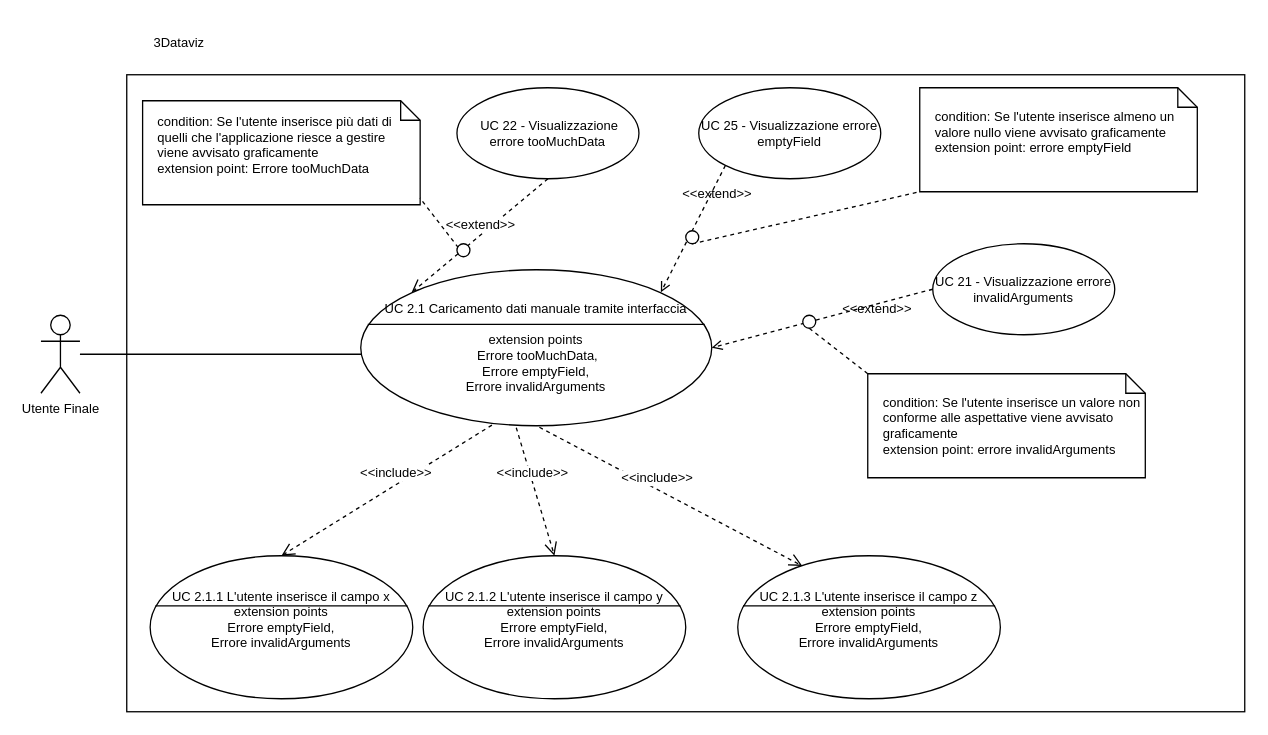
The draw.io diagram page "UC 2.1" (3 of 40) of img/adr/UC.drawio in Archi7echs-Team/archi7echs-team.github.io, before the edit. Source tidied: cells renumbered, new cells numbered last; positions are measured from the earlier drawing's top-left corner, leaving out a move shared by most shapes. Both pictures are drawn from the tidied source at 130%, with x=0, y=0 at pixel (40, 22).
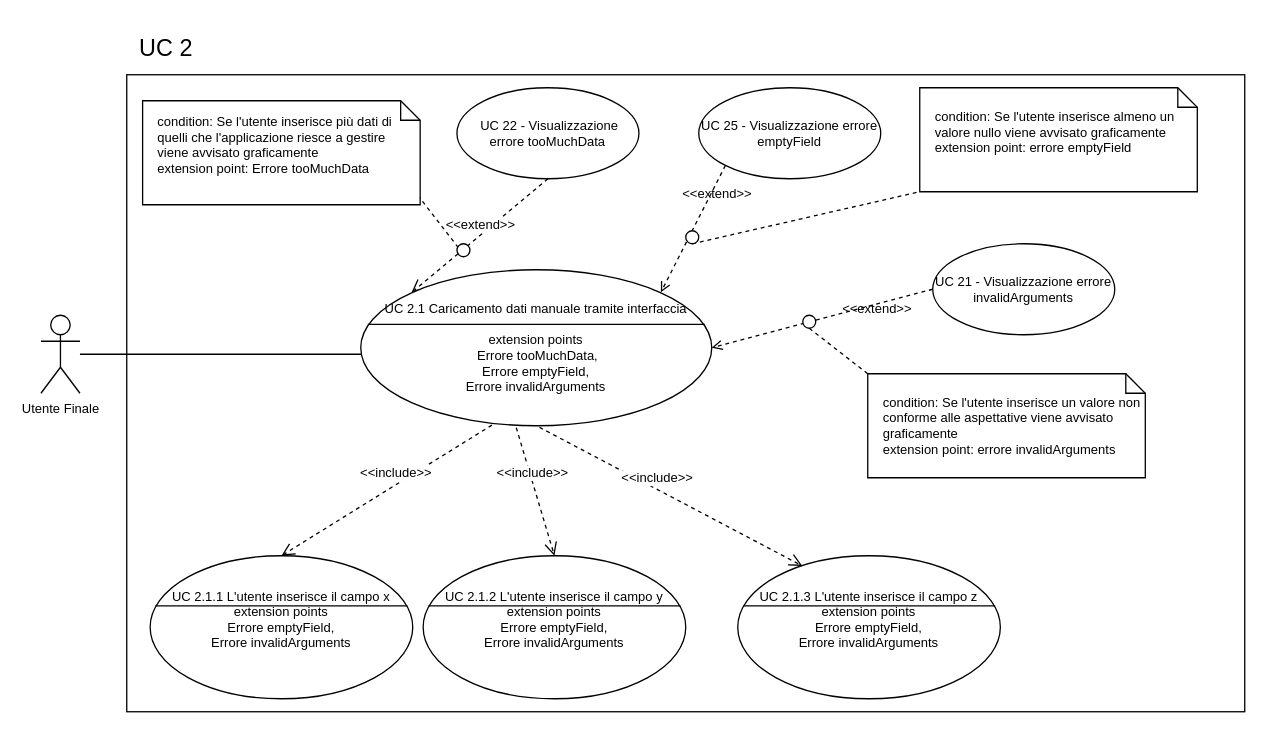
Above is the later version.

What changed in the source:
```diff
@@
-    <mxCell id="3" value="3Dataviz" style="text;html=1;align=center;verticalAlign=middle;strokeColor=none;fillColor=none;fontSize=10;" parent="1" vertex="1">
-      <mxGeometry x="76" width="60" height="30" as="geometry" />
+    <mxCell id="3" value="&lt;font style=&quot;font-size: 18px;&quot;&gt;UC 2&lt;/font&gt;" style="text;html=1;align=center;verticalAlign=middle;strokeColor=none;fillColor=none;fontSize=10;" parent="1" vertex="1">
+      <mxGeometry x="66" width="60" height="40" as="geometry" />
     </mxCell>
```
